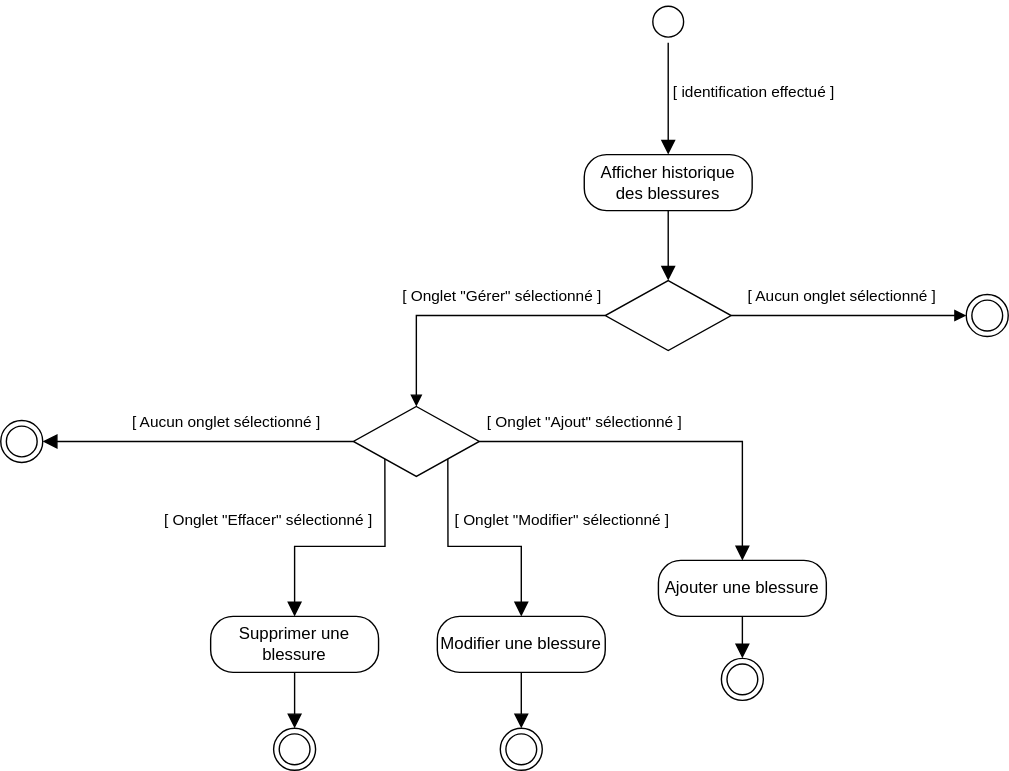
Earlier version of the draw.io export UML/Diagrammes d'activité/Diagramme_Activité_RecenserBlessures.svg (CyberHati/Application_Gestion-d-effectif). Source tidied: cells renumbered, new cells last; positions are measured from the earlier drawing's top-left corner, leaving out a move shared by most shapes.
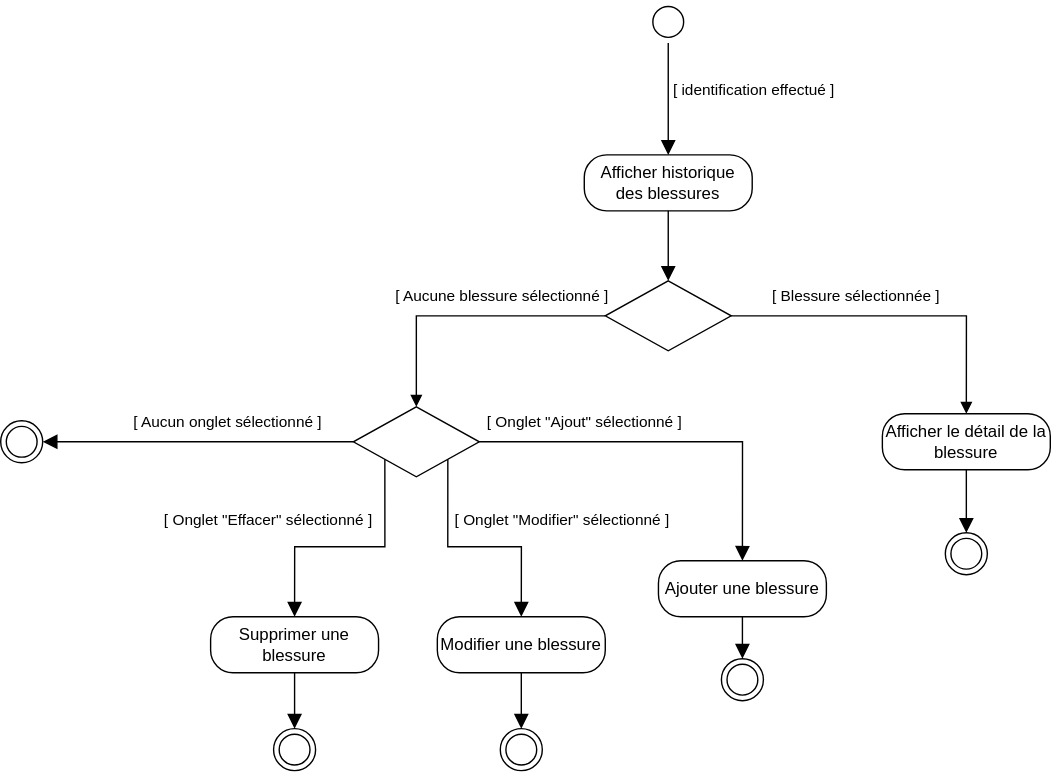
The same file after the commit.

Commit message:
Mettre à jour Diagramme_Activité_RecenserBlessures.svg

Diff of the diagram source:
```diff
@@ -90,21 +90,27 @@
     <mxCell id="27" style="html=1;verticalAlign=bottom;endArrow=block;rounded=0;exitX=0;exitY=0.5;exitDx=0;exitDy=0;entryX=0.5;entryY=0;entryDx=0;entryDy=0;edgeStyle=orthogonalEdgeStyle;" parent="1" edge="1" source="26" target="9">
       <mxGeometry x="-0.58" y="-5" relative="1" as="geometry" />
     </mxCell>
-    <mxCell id="28" value="[ Onglet &quot;Gérer&quot; sélectionné ]" style="edgeLabel;html=1;align=center;verticalAlign=middle;" parent="27" vertex="1">
+    <mxCell id="28" value="[ Aucune blessure sélectionné ]" style="edgeLabel;html=1;align=center;verticalAlign=middle;" parent="27" vertex="1">
       <mxGeometry x="-0.02" y="2" relative="1" as="geometry">
         <mxPoint x="23" y="-17" as="offset" />
       </mxGeometry>
     </mxCell>
-    <mxCell id="29" style="ellipse;html=1;shape=endState;" parent="1" vertex="1">
-      <mxGeometry x="690" y="210" width="30" height="30" as="geometry" />
-    </mxCell>
-    <mxCell id="30" style="html=1;verticalAlign=bottom;endArrow=block;curved=0;rounded=0;exitX=1;exitY=0.5;exitDx=0;exitDy=0;entryX=0;entryY=0.5;entryDx=0;entryDy=0;" parent="1" edge="1" source="26" target="29">
+    <mxCell id="30" style="html=1;verticalAlign=bottom;endArrow=block;rounded=0;exitX=1;exitY=0.5;exitDx=0;exitDy=0;entryX=0.5;entryY=0;entryDx=0;entryDy=0;edgeStyle=orthogonalEdgeStyle;" parent="1" edge="1" source="26" target="32">
       <mxGeometry relative="1" as="geometry" />
     </mxCell>
-    <mxCell id="31" value="[ Aucun onglet sélectionné ]" style="edgeLabel;html=1;align=center;verticalAlign=middle;" parent="30" vertex="1">
+    <mxCell id="31" value="[ Blessure sélectionnée ]" style="edgeLabel;html=1;align=center;verticalAlign=middle;" parent="30" vertex="1">
       <mxGeometry x="0.15" y="-2" relative="1" as="geometry">
-        <mxPoint x="-18" y="-17" as="offset" />
+        <mxPoint x="-48" y="-17" as="offset" />
       </mxGeometry>
     </mxCell>
+    <mxCell id="32" value="Afficher le détail de la blessure" style="rounded=1;whiteSpace=wrap;html=1;arcSize=40;" parent="1" vertex="1">
+      <mxGeometry x="630" y="295" width="120" height="40" as="geometry" />
+    </mxCell>
+    <mxCell id="33" style="ellipse;html=1;shape=endState;" parent="1" vertex="1">
+      <mxGeometry x="675" y="380" width="30" height="30" as="geometry" />
+    </mxCell>
+    <mxCell id="34" style="edgeStyle=orthogonalEdgeStyle;html=1;verticalAlign=bottom;endArrow=block;endSize=8;rounded=0;endFill=1;entryX=0.5;entryY=0;entryDx=0;entryDy=0;exitX=0.5;exitY=1;exitDx=0;exitDy=0;" parent="1" edge="1" source="32" target="33">
+      <mxGeometry relative="1" as="geometry" />
+    </mxCell>
   </root>
 </mxGraphModel>
```
